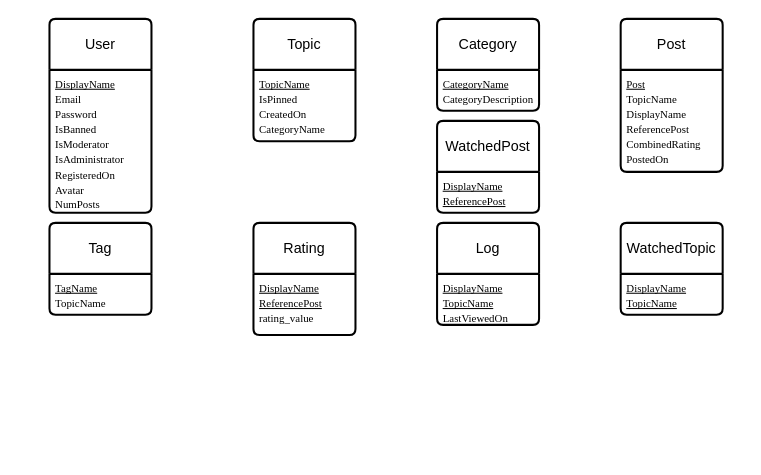
The draw.io diagram CSC 370/A6ERD.drawio in amirabdullahi1/gold, before the edit. Source tidied: cells renumbered, new cells numbered last; positions are measured from the earlier drawing's top-left corner, leaving out a move shared by most shapes. Both pictures are drawn from the tidied source at 102%, with x=0, y=0 at pixel (49, 18).
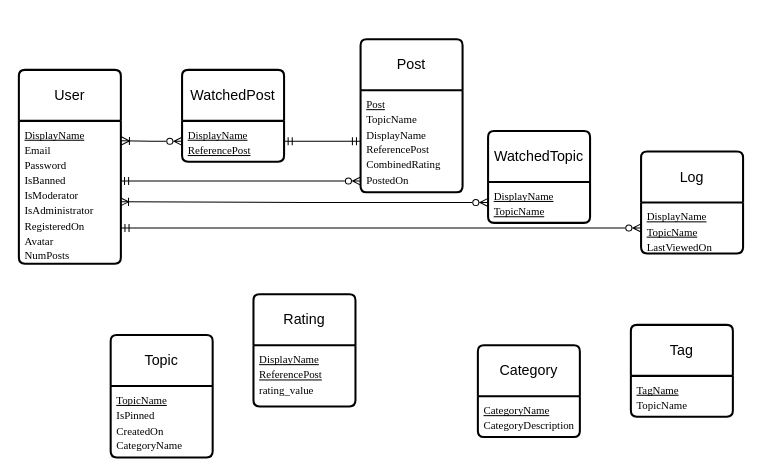
The same diagram, later.

The change refers to these unchanged cells:
```xml
<mxCell id="3" value="&lt;span id=&quot;docs-internal-guid-10de90ec-7fff-5b04-633d-04b0c5c9cee9&quot;&gt;&lt;span style=&quot;font-size: 8pt; font-family: &amp;quot;Times New Roman&amp;quot;, serif; background-color: transparent; font-variant-numeric: normal; font-variant-east-asian: normal; font-variant-alternates: normal; font-variant-position: normal; text-decoration-line: underline; text-decoration-skip-ink: none; vertical-align: baseline; white-space: pre-wrap;&quot;&gt;DisplayName&lt;/span&gt;&lt;/span&gt;&lt;div&gt;&lt;span&gt;&lt;span style=&quot;font-size: 8pt; font-family: &amp;quot;Times New Roman&amp;quot;, serif; background-color: transparent; font-variant-numeric: normal; font-variant-east-asian: normal; font-variant-alternates: normal; font-variant-position: normal; vertical-align: baseline; white-space: pre-wrap;&quot;&gt;Email&lt;/span&gt;&lt;/span&gt;&lt;/div&gt;&lt;div&gt;&lt;span&gt;&lt;span style=&quot;font-size: 8pt; font-family: &amp;quot;Times New Roman&amp;quot;, serif; background-color: transparent; font-variant-numeric: normal; font-variant-east-asian: normal; font-variant-alternates: normal; font-variant-position: normal; vertical-align: baseline; white-space: pre-wrap;&quot;&gt;Password&lt;/span&gt;&lt;/span&gt;&lt;/div&gt;&lt;div&gt;&lt;span&gt;&lt;span style=&quot;font-size: 8pt; font-family: &amp;quot;Times New Roman&amp;quot;, serif; background-color: transparent; font-variant-numeric: normal; font-variant-east-asian: normal; font-variant-alternates: normal; font-variant-position: normal; vertical-align: baseline; white-space: pre-wrap;&quot;&gt;IsBanned&lt;/span&gt;&lt;/span&gt;&lt;/div&gt;&lt;div&gt;&lt;span&gt;&lt;span style=&quot;font-size: 8pt; font-family: &amp;quot;Times New Roman&amp;quot;, serif; background-color: transparent; font-variant-numeric: normal; font-variant-east-asian: normal; font-variant-alternates: normal; font-variant-position: normal; vertical-align: baseline; white-space: pre-wrap;&quot;&gt;IsModerator&lt;/span&gt;&lt;/span&gt;&lt;/div&gt;&lt;div&gt;&lt;span&gt;&lt;span style=&quot;font-size: 8pt; font-family: &amp;quot;Times New Roman&amp;quot;, serif; background-color: transparent; font-variant-numeric: normal; font-variant-east-asian: normal; font-variant-alternates: normal; font-variant-position: normal; vertical-align: baseline; white-space: pre-wrap;&quot;&gt;IsAdministrator&lt;/span&gt;&lt;/span&gt;&lt;/div&gt;&lt;div&gt;&lt;span&gt;&lt;span style=&quot;font-size: 8pt; font-family: &amp;quot;Times New Roman&amp;quot;, serif; background-color: transparent; font-variant-numeric: normal; font-variant-east-asian: normal; font-variant-alternates: normal; font-variant-position: normal; vertical-align: baseline; white-space: pre-wrap;&quot;&gt;RegisteredOn&lt;/span&gt;&lt;/span&gt;&lt;/div&gt;&lt;div&gt;&lt;span&gt;&lt;span style=&quot;font-size: 8pt; font-family: &amp;quot;Times New Roman&amp;quot;, serif; background-color: transparent; font-variant-numeric: normal; font-variant-east-asian: normal; font-variant-alternates: normal; font-variant-position: normal; vertical-align: baseline; white-space: pre-wrap;&quot;&gt;Avatar&lt;/span&gt;&lt;/span&gt;&lt;/div&gt;&lt;div&gt;&lt;span&gt;&lt;span style=&quot;font-size: 8pt; font-family: &amp;quot;Times New Roman&amp;quot;, serif; background-color: transparent; font-variant-numeric: normal; font-variant-east-asian: normal; font-variant-alternates: normal; font-variant-position: normal; vertical-align: baseline; white-space: pre-wrap;&quot;&gt;NumPosts&lt;/span&gt;&lt;/span&gt;&lt;/div&gt;" style="align=left;strokeColor=none;fillColor=none;spacingLeft=4;fontSize=12;verticalAlign=top;html=1;" parent="2" vertex="1">
  <mxGeometry y="50" width="100" height="140" as="geometry" />
</mxCell>
<mxCell id="9" value="&lt;span id=&quot;docs-internal-guid-04a7103e-7fff-6b36-e854-a5276be4d943&quot;&gt;&lt;span style=&quot;font-size: 8pt; font-family: &amp;quot;Times New Roman&amp;quot;, serif; background-color: transparent; font-variant-numeric: normal; font-variant-east-asian: normal; font-variant-alternates: normal; font-variant-position: normal; text-decoration-line: underline; text-decoration-skip-ink: none; vertical-align: baseline; white-space: pre-wrap;&quot;&gt;Post&lt;/span&gt;&lt;/span&gt;&lt;div&gt;&lt;span&gt;&lt;span style=&quot;font-size: 8pt; font-family: &amp;quot;Times New Roman&amp;quot;, serif; background-color: transparent; font-variant-numeric: normal; font-variant-east-asian: normal; font-variant-alternates: normal; font-variant-position: normal; vertical-align: baseline; white-space: pre-wrap;&quot;&gt;TopicName&lt;/span&gt;&lt;/span&gt;&lt;/div&gt;&lt;div&gt;&lt;span&gt;&lt;span style=&quot;font-size: 8pt; font-family: &amp;quot;Times New Roman&amp;quot;, serif; background-color: transparent; font-variant-numeric: normal; font-variant-east-asian: normal; font-variant-alternates: normal; font-variant-position: normal; vertical-align: baseline; white-space: pre-wrap;&quot;&gt;DisplayName&lt;/span&gt;&lt;/span&gt;&lt;/div&gt;&lt;div&gt;&lt;span&gt;&lt;span style=&quot;font-size: 8pt; font-family: &amp;quot;Times New Roman&amp;quot;, serif; background-color: transparent; font-variant-numeric: normal; font-variant-east-asian: normal; font-variant-alternates: normal; font-variant-position: normal; vertical-align: baseline; white-space: pre-wrap;&quot;&gt;ReferencePost&lt;/span&gt;&lt;/span&gt;&lt;/div&gt;&lt;div&gt;&lt;span&gt;&lt;span style=&quot;font-size: 8pt; font-family: &amp;quot;Times New Roman&amp;quot;, serif; background-color: transparent; font-variant-numeric: normal; font-variant-east-asian: normal; font-variant-alternates: normal; font-variant-position: normal; vertical-align: baseline; white-space: pre-wrap;&quot;&gt;CombinedRating&lt;/span&gt;&lt;/span&gt;&lt;/div&gt;&lt;div&gt;&lt;span&gt;&lt;span style=&quot;font-size: 8pt; font-family: &amp;quot;Times New Roman&amp;quot;, serif; background-color: transparent; font-variant-numeric: normal; font-variant-east-asian: normal; font-variant-alternates: normal; font-variant-position: normal; vertical-align: baseline; white-space: pre-wrap;&quot;&gt;PostedOn&lt;/span&gt;&lt;/span&gt;&lt;/div&gt;" style="align=left;strokeColor=none;fillColor=none;spacingLeft=4;fontSize=12;verticalAlign=top;html=1;" parent="8" vertex="1">
  <mxGeometry y="50" width="100" height="100" as="geometry" />
</mxCell>
<mxCell id="15" value="&lt;span id=&quot;docs-internal-guid-7e6a2e6d-7fff-f1e0-f9a3-e141fd04a210&quot;&gt;&lt;span style=&quot;font-size: 8pt; font-family: &amp;quot;Times New Roman&amp;quot;, serif; background-color: transparent; font-variant-numeric: normal; font-variant-east-asian: normal; font-variant-alternates: normal; font-variant-position: normal; text-decoration-line: underline; text-decoration-skip-ink: none; vertical-align: baseline; white-space: pre-wrap;&quot;&gt;DisplayName&lt;/span&gt;&lt;/span&gt;&lt;div&gt;&lt;span&gt;&lt;span style=&quot;font-size: 8pt; font-family: &amp;quot;Times New Roman&amp;quot;, serif; background-color: transparent; font-variant-numeric: normal; font-variant-east-asian: normal; font-variant-alternates: normal; font-variant-position: normal; text-decoration-line: underline; text-decoration-skip-ink: none; vertical-align: baseline; white-space: pre-wrap;&quot;&gt;ReferencePost&lt;/span&gt;&lt;/span&gt;&lt;/div&gt;" style="align=left;strokeColor=none;fillColor=none;spacingLeft=4;fontSize=12;verticalAlign=top;html=1;" parent="14" vertex="1">
  <mxGeometry y="50" width="100" height="40" as="geometry" />
</mxCell>
<mxCell id="17" value="&lt;span id=&quot;docs-internal-guid-7e6a2e6d-7fff-f1e0-f9a3-e141fd04a210&quot;&gt;&lt;span style=&quot;font-size: 8pt; font-family: &amp;quot;Times New Roman&amp;quot;, serif; background-color: transparent; font-variant-numeric: normal; font-variant-east-asian: normal; font-variant-alternates: normal; font-variant-position: normal; text-decoration-line: underline; text-decoration-skip-ink: none; vertical-align: baseline; white-space: pre-wrap;&quot;&gt;DisplayName&lt;/span&gt;&lt;/span&gt;&lt;div&gt;&lt;span&gt;&lt;span style=&quot;font-size: 8pt; font-family: &amp;quot;Times New Roman&amp;quot;, serif; background-color: transparent; font-variant-numeric: normal; font-variant-east-asian: normal; font-variant-alternates: normal; font-variant-position: normal; text-decoration-line: underline; text-decoration-skip-ink: none; vertical-align: baseline; white-space: pre-wrap;&quot;&gt;TopicName&lt;/span&gt;&lt;/span&gt;&lt;/div&gt;" style="align=left;strokeColor=none;fillColor=none;spacingLeft=4;fontSize=12;verticalAlign=top;html=1;" parent="16" vertex="1">
  <mxGeometry y="50" width="100" height="40" as="geometry" />
</mxCell>
<mxCell id="19" value="&lt;span id=&quot;docs-internal-guid-7e6a2e6d-7fff-f1e0-f9a3-e141fd04a210&quot;&gt;&lt;span style=&quot;font-size: 8pt; font-family: &amp;quot;Times New Roman&amp;quot;, serif; background-color: transparent; font-variant-numeric: normal; font-variant-east-asian: normal; font-variant-alternates: normal; font-variant-position: normal; text-decoration-line: underline; text-decoration-skip-ink: none; vertical-align: baseline; white-space: pre-wrap;&quot;&gt;DisplayName&lt;/span&gt;&lt;/span&gt;&lt;div&gt;&lt;span&gt;&lt;span style=&quot;font-size: 8pt; font-family: &amp;quot;Times New Roman&amp;quot;, serif; background-color: transparent; font-variant-numeric: normal; font-variant-east-asian: normal; font-variant-alternates: normal; font-variant-position: normal; text-decoration-line: underline; text-decoration-skip-ink: none; vertical-align: baseline; white-space: pre-wrap;&quot;&gt;TopicName&lt;/span&gt;&lt;/span&gt;&lt;/div&gt;&lt;div&gt;&lt;span id=&quot;docs-internal-guid-515d5652-7fff-1f03-a5a3-082d1abbf988&quot;&gt;&lt;span style=&quot;font-size: 8pt; font-family: &amp;quot;Times New Roman&amp;quot;, serif; background-color: transparent; font-variant-numeric: normal; font-variant-east-asian: normal; font-variant-alternates: normal; font-variant-position: normal; vertical-align: baseline; white-space: pre-wrap;&quot;&gt;LastViewedOn&lt;/span&gt;&lt;/span&gt;&lt;span&gt;&lt;span style=&quot;font-size: 8pt; font-family: &amp;quot;Times New Roman&amp;quot;, serif; background-color: transparent; font-variant-numeric: normal; font-variant-east-asian: normal; font-variant-alternates: normal; font-variant-position: normal; text-decoration-line: underline; text-decoration-skip-ink: none; vertical-align: baseline; white-space: pre-wrap;&quot;&gt;&lt;/span&gt;&lt;/span&gt;&lt;/div&gt;" style="align=left;strokeColor=none;fillColor=none;spacingLeft=4;fontSize=12;verticalAlign=top;html=1;" parent="18" vertex="1">
  <mxGeometry y="50" width="100" height="50" as="geometry" />
</mxCell>
```

Change to the diagram source:
```diff
@@
     <mxCell id="2" value="User" style="swimlane;horizontal=1;startSize=50;rounded=1;fontSize=14;fontStyle=0;strokeWidth=2;shadow=0;dashed=0;align=center;arcSize=4;whiteSpace=wrap;html=1;" parent="1" vertex="1">
-      <mxGeometry width="100" height="190" as="geometry" />
+      <mxGeometry x="-30" y="50" width="100" height="190" as="geometry" />
     </mxCell>
@@
     <mxCell id="4" value="Topic" style="swimlane;horizontal=1;startSize=50;rounded=1;fontSize=14;fontStyle=0;strokeWidth=2;shadow=0;dashed=0;align=center;arcSize=4;whiteSpace=wrap;html=1;" parent="1" vertex="1">
-      <mxGeometry x="200" width="100" height="120" as="geometry" />
+      <mxGeometry x="60" y="310" width="100" height="120" as="geometry" />
     </mxCell>
@@
     <mxCell id="6" value="Category" style="swimlane;horizontal=1;startSize=50;rounded=1;fontSize=14;fontStyle=0;strokeWidth=2;shadow=0;dashed=0;align=center;arcSize=4;whiteSpace=wrap;html=1;" parent="1" vertex="1">
-      <mxGeometry x="380" width="100" height="90" as="geometry" />
+      <mxGeometry x="420" y="320" width="100" height="90" as="geometry" />
     </mxCell>
@@
     <mxCell id="8" value="Post" style="swimlane;horizontal=1;startSize=50;rounded=1;fontSize=14;fontStyle=0;strokeWidth=2;shadow=0;dashed=0;align=center;arcSize=4;whiteSpace=wrap;html=1;" parent="1" vertex="1">
-      <mxGeometry x="560" width="100" height="150" as="geometry" />
+      <mxGeometry x="305" y="20" width="100" height="150" as="geometry" />
     </mxCell>
@@
     <mxCell id="10" value="Tag" style="swimlane;horizontal=1;startSize=50;rounded=1;fontSize=14;fontStyle=0;strokeWidth=2;shadow=0;dashed=0;align=center;arcSize=4;whiteSpace=wrap;html=1;" parent="1" vertex="1">
-      <mxGeometry y="200" width="100" height="90" as="geometry" />
+      <mxGeometry x="570" y="300" width="100" height="90" as="geometry" />
     </mxCell>
@@
     <mxCell id="12" value="Rating" style="swimlane;horizontal=1;startSize=50;rounded=1;fontSize=14;fontStyle=0;strokeWidth=2;shadow=0;dashed=0;align=center;arcSize=4;whiteSpace=wrap;html=1;" parent="1" vertex="1">
-      <mxGeometry x="200" y="200" width="100" height="110" as="geometry" />
+      <mxGeometry x="200" y="270" width="100" height="110" as="geometry" />
     </mxCell>
@@
     <mxCell id="14" value="WatchedPost" style="swimlane;horizontal=1;startSize=50;rounded=1;fontSize=14;fontStyle=0;strokeWidth=2;shadow=0;dashed=0;align=center;arcSize=4;whiteSpace=wrap;html=1;" parent="1" vertex="1">
-      <mxGeometry x="380" y="100" width="100" height="90" as="geometry" />
+      <mxGeometry x="130" y="50" width="100" height="90" as="geometry" />
     </mxCell>
@@
     <mxCell id="16" value="WatchedTopic" style="swimlane;horizontal=1;startSize=50;rounded=1;fontSize=14;fontStyle=0;strokeWidth=2;shadow=0;dashed=0;align=center;arcSize=4;whiteSpace=wrap;html=1;" parent="1" vertex="1">
-      <mxGeometry x="560" y="200" width="100" height="90" as="geometry" />
+      <mxGeometry x="430" y="110" width="100" height="90" as="geometry" />
     </mxCell>
@@
     <mxCell id="18" value="Log" style="swimlane;horizontal=1;startSize=50;rounded=1;fontSize=14;fontStyle=0;strokeWidth=2;shadow=0;dashed=0;align=center;arcSize=4;whiteSpace=wrap;html=1;" parent="1" vertex="1">
-      <mxGeometry x="380" y="200" width="100" height="100" as="geometry" />
+      <mxGeometry x="580" y="130" width="100" height="100" as="geometry" />
     </mxCell>
@@
+    <mxCell id="20" style="edgeStyle=orthogonalEdgeStyle;rounded=0;jettySize=auto;html=1;entryX=0.996;entryY=0.421;entryDx=0;entryDy=0;entryPerimeter=0;endArrow=ERmandOne;endFill=0;startArrow=ERzeroToMany;startFill=0;exitX=0.001;exitY=0.89;exitDx=0;exitDy=0;exitPerimeter=0;" parent="1" edge="1" source="9" target="3">
+      <mxGeometry relative="1" as="geometry" />
+    </mxCell>
+    <mxCell id="21" style="edgeStyle=orthogonalEdgeStyle;rounded=0;jettySize=auto;html=1;entryX=1.004;entryY=0.14;entryDx=0;entryDy=0;entryPerimeter=0;endArrow=ERoneToMany;endFill=0;startArrow=ERzeroToMany;startFill=0;" parent="1" edge="1" source="15" target="3">
+      <mxGeometry relative="1" as="geometry" />
+    </mxCell>
+    <mxCell id="22" style="edgeStyle=orthogonalEdgeStyle;rounded=0;jettySize=auto;html=1;entryX=0.995;entryY=0.567;entryDx=0;entryDy=0;endArrow=ERoneToMany;endFill=0;startArrow=ERzeroToMany;startFill=0;entryPerimeter=0;" parent="1" edge="1" source="17" target="3">
+      <mxGeometry relative="1" as="geometry" />
+    </mxCell>
+    <mxCell id="23" style="edgeStyle=orthogonalEdgeStyle;rounded=0;jettySize=auto;html=1;entryX=1;entryY=0.75;entryDx=0;entryDy=0;endArrow=ERmandOne;endFill=0;startArrow=ERzeroToMany;startFill=0;" parent="1" edge="1" source="19" target="3">
+      <mxGeometry relative="1" as="geometry" />
+    </mxCell>
+    <mxCell id="24" style="edgeStyle=orthogonalEdgeStyle;rounded=0;jettySize=auto;html=1;endArrow=ERmandOne;endFill=0;startArrow=ERmandOne;startFill=0;" parent="1" edge="1" source="15" target="9">
+      <mxGeometry relative="1" as="geometry" />
+    </mxCell>
```
